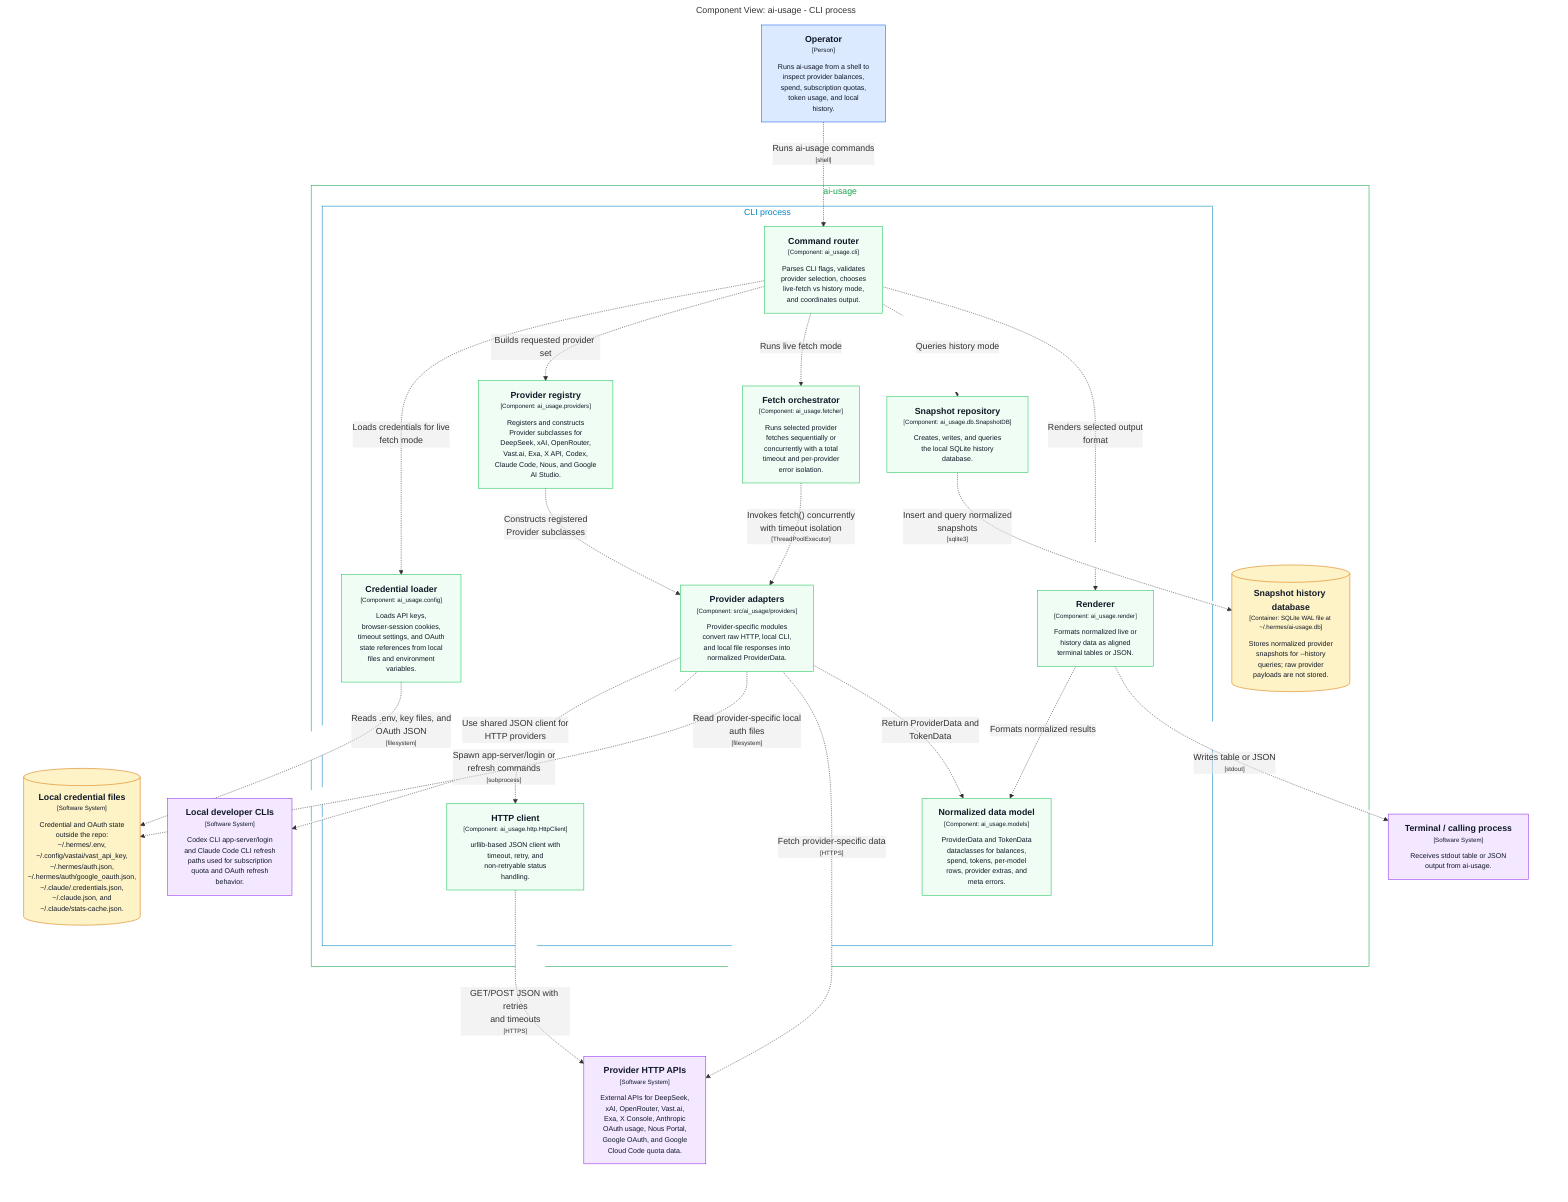
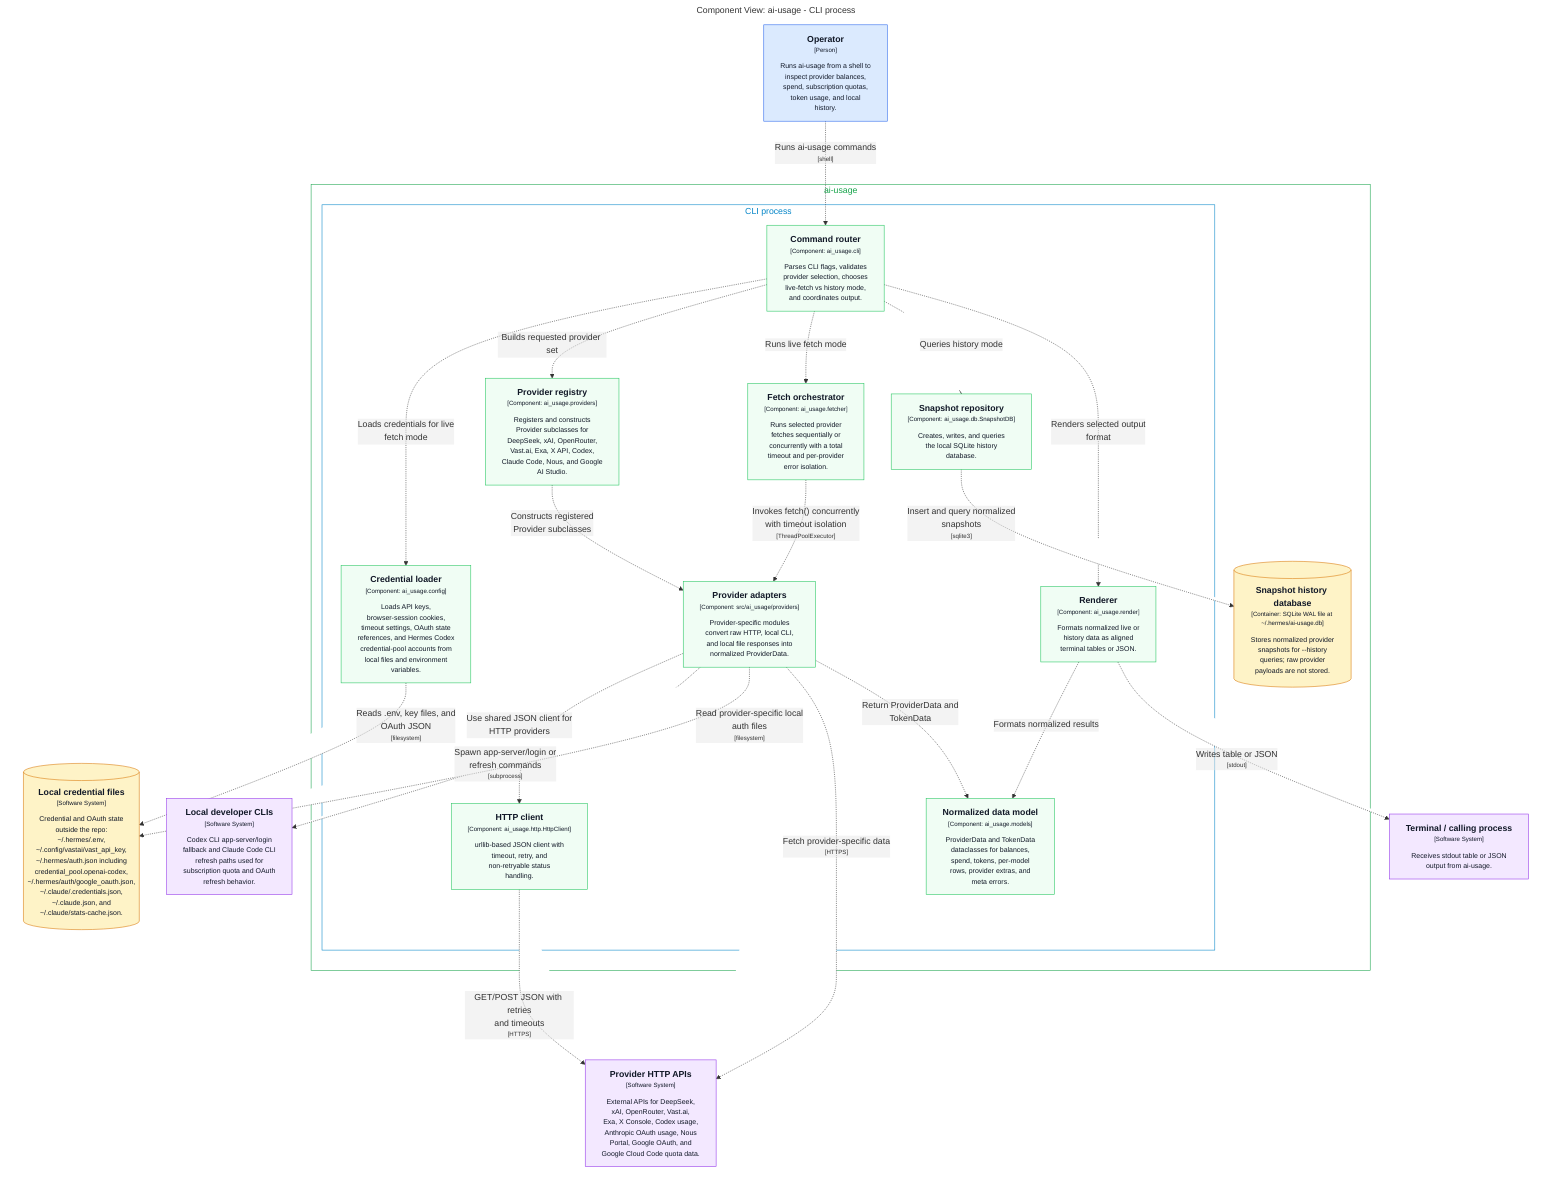
graph LR
  linkStyle default fill:#ffffff

  subgraph diagram ["Component View: ai-usage - CLI process"]
    style diagram fill:#ffffff,stroke:#ffffff

    1["<div style='font-weight: bold'>Operator</div><div style='font-size: 70%; margin-top: 0px'>[Person]</div><div style='font-size: 80%; margin-top:10px'>Runs ai-usage from a shell to<br />inspect provider balances,<br />spend, subscription quotas,<br />token usage, and local<br />history.</div>"]
    style 1 fill:#dbeafe,stroke:#2563eb,color:#111827

-     14[("<div style='font-weight: bold'>Local credential files</div><div style='font-size: 70%; margin-top: 0px'>[Software System]</div><div style='font-size: 80%; margin-top:10px'>Credential and OAuth state<br />outside the repo:<br />~/.hermes/.env,<br />~/.config/vastai/vast_api_key,<br />~/.hermes/auth.json,<br />~/.hermes/auth/google_oauth.json,<br />~/.claude/.credentials.json,<br />~/.claude.json, and<br />~/.claude/stats-cache.json.</div>")]
+     14[("<div style='font-weight: bold'>Local credential files</div><div style='font-size: 70%; margin-top: 0px'>[Software System]</div><div style='font-size: 80%; margin-top:10px'>Credential and OAuth state<br />outside the repo:<br />~/.hermes/.env,<br />~/.config/vastai/vast_api_key,<br />~/.hermes/auth.json including<br />credential_pool.openai-codex,<br />~/.hermes/auth/google_oauth.json,<br />~/.claude/.credentials.json,<br />~/.claude.json, and<br />~/.claude/stats-cache.json.</div>")]
    style 14 fill:#fef3c7,stroke:#d97706,color:#111827
-     15["<div style='font-weight: bold'>Local developer CLIs</div><div style='font-size: 70%; margin-top: 0px'>[Software System]</div><div style='font-size: 80%; margin-top:10px'>Codex CLI app-server/login<br />and Claude Code CLI refresh<br />paths used for subscription<br />quota and OAuth refresh<br />behavior.</div>"]
+     15["<div style='font-weight: bold'>Local developer CLIs</div><div style='font-size: 70%; margin-top: 0px'>[Software System]</div><div style='font-size: 80%; margin-top:10px'>Codex CLI app-server/login<br />fallback and Claude Code CLI<br />refresh paths used for<br />subscription quota and OAuth<br />refresh behavior.</div>"]
    style 15 fill:#f3e8ff,stroke:#9333ea,color:#111827
-     16["<div style='font-weight: bold'>Provider HTTP APIs</div><div style='font-size: 70%; margin-top: 0px'>[Software System]</div><div style='font-size: 80%; margin-top:10px'>External APIs for DeepSeek,<br />xAI, OpenRouter, Vast.ai,<br />Exa, X Console, Anthropic<br />OAuth usage, Nous Portal,<br />Google OAuth, and Google<br />Cloud Code quota data.</div>"]
+     16["<div style='font-weight: bold'>Provider HTTP APIs</div><div style='font-size: 70%; margin-top: 0px'>[Software System]</div><div style='font-size: 80%; margin-top:10px'>External APIs for DeepSeek,<br />xAI, OpenRouter, Vast.ai,<br />Exa, X Console, Codex usage,<br />Anthropic OAuth usage, Nous<br />Portal, Google OAuth, and<br />Google Cloud Code quota data.</div>"]
    style 16 fill:#f3e8ff,stroke:#9333ea,color:#111827
    17["<div style='font-weight: bold'>Terminal / calling process</div><div style='font-size: 70%; margin-top: 0px'>[Software System]</div><div style='font-size: 80%; margin-top:10px'>Receives stdout table or JSON<br />output from ai-usage.</div>"]
    style 17 fill:#f3e8ff,stroke:#9333ea,color:#111827

    subgraph 2 ["ai-usage"]
      style 2 fill:#ffffff,stroke:#16a34a,color:#16a34a

      subgraph 3 ["CLI process"]
        style 3 fill:#ffffff,stroke:#0284c7,color:#0284c7

        10["<div style='font-weight: bold'>Normalized data model</div><div style='font-size: 70%; margin-top: 0px'>[Component: ai_usage.models]</div><div style='font-size: 80%; margin-top:10px'>ProviderData and TokenData<br />dataclasses for balances,<br />spend, tokens, per-model<br />rows, provider extras, and<br />meta errors.</div>"]
        style 10 fill:#f0fdf4,stroke:#22c55e,color:#111827
        11["<div style='font-weight: bold'>Snapshot repository</div><div style='font-size: 70%; margin-top: 0px'>[Component: ai_usage.db.SnapshotDB]</div><div style='font-size: 80%; margin-top:10px'>Creates, writes, and queries<br />the local SQLite history<br />database.</div>"]
        style 11 fill:#f0fdf4,stroke:#22c55e,color:#111827
        12["<div style='font-weight: bold'>Renderer</div><div style='font-size: 70%; margin-top: 0px'>[Component: ai_usage.render]</div><div style='font-size: 80%; margin-top:10px'>Formats normalized live or<br />history data as aligned<br />terminal tables or JSON.</div>"]
        style 12 fill:#f0fdf4,stroke:#22c55e,color:#111827
        4["<div style='font-weight: bold'>Command router</div><div style='font-size: 70%; margin-top: 0px'>[Component: ai_usage.cli]</div><div style='font-size: 80%; margin-top:10px'>Parses CLI flags, validates<br />provider selection, chooses<br />live-fetch vs history mode,<br />and coordinates output.</div>"]
        style 4 fill:#f0fdf4,stroke:#22c55e,color:#111827
-         5["<div style='font-weight: bold'>Credential loader</div><div style='font-size: 70%; margin-top: 0px'>[Component: ai_usage.config]</div><div style='font-size: 80%; margin-top:10px'>Loads API keys,<br />browser-session cookies,<br />timeout settings, and OAuth<br />state references from local<br />files and environment<br />variables.</div>"]
+         5["<div style='font-weight: bold'>Credential loader</div><div style='font-size: 70%; margin-top: 0px'>[Component: ai_usage.config]</div><div style='font-size: 80%; margin-top:10px'>Loads API keys,<br />browser-session cookies,<br />timeout settings, OAuth state<br />references, and Hermes Codex<br />credential-pool accounts from<br />local files and environment<br />variables.</div>"]
        style 5 fill:#f0fdf4,stroke:#22c55e,color:#111827
        6["<div style='font-weight: bold'>Provider registry</div><div style='font-size: 70%; margin-top: 0px'>[Component: ai_usage.providers]</div><div style='font-size: 80%; margin-top:10px'>Registers and constructs<br />Provider subclasses for<br />DeepSeek, xAI, OpenRouter,<br />Vast.ai, Exa, X API, Codex,<br />Claude Code, Nous, and Google<br />AI Studio.</div>"]
        style 6 fill:#f0fdf4,stroke:#22c55e,color:#111827
        7["<div style='font-weight: bold'>Fetch orchestrator</div><div style='font-size: 70%; margin-top: 0px'>[Component: ai_usage.fetcher]</div><div style='font-size: 80%; margin-top:10px'>Runs selected provider<br />fetches sequentially or<br />concurrently with a total<br />timeout and per-provider<br />error isolation.</div>"]
        style 7 fill:#f0fdf4,stroke:#22c55e,color:#111827
        8["<div style='font-weight: bold'>Provider adapters</div><div style='font-size: 70%; margin-top: 0px'>[Component: src/ai_usage/providers]</div><div style='font-size: 80%; margin-top:10px'>Provider-specific modules<br />convert raw HTTP, local CLI,<br />and local file responses into<br />normalized ProviderData.</div>"]
        style 8 fill:#f0fdf4,stroke:#22c55e,color:#111827
        9["<div style='font-weight: bold'>HTTP client</div><div style='font-size: 70%; margin-top: 0px'>[Component: ai_usage.http.HttpClient]</div><div style='font-size: 80%; margin-top:10px'>urllib-based JSON client with<br />timeout, retry, and<br />non-retryable status<br />handling.</div>"]
        style 9 fill:#f0fdf4,stroke:#22c55e,color:#111827
      end

      13[("<div style='font-weight: bold'>Snapshot history database</div><div style='font-size: 70%; margin-top: 0px'>[Container: SQLite WAL file at ~/.hermes/ai-usage.db]</div><div style='font-size: 80%; margin-top:10px'>Stores normalized provider<br />snapshots for --history<br />queries; raw provider<br />payloads are not stored.</div>")]
      style 13 fill:#fef3c7,stroke:#d97706,color:#111827
    end

    1-. "<div>Runs ai-usage commands</div><div style='font-size: 70%'>[shell]</div>" .->4
    4-. "<div>Loads credentials for live<br />fetch mode</div><div style='font-size: 70%'></div>" .->5
    4-. "<div>Builds requested provider set</div><div style='font-size: 70%'></div>" .->6
    4-. "<div>Runs live fetch mode</div><div style='font-size: 70%'></div>" .->7
    4-. "<div>Queries history mode</div><div style='font-size: 70%'></div>" .->11
    4-. "<div>Renders selected output<br />format</div><div style='font-size: 70%'></div>" .->12
    5-. "<div>Reads .env, key files, and<br />OAuth JSON</div><div style='font-size: 70%'>[filesystem]</div>" .->14
    6-. "<div>Constructs registered<br />Provider subclasses</div><div style='font-size: 70%'></div>" .->8
    7-. "<div>Invokes fetch() concurrently<br />with timeout isolation</div><div style='font-size: 70%'>[ThreadPoolExecutor]</div>" .->8
    8-. "<div>Use shared JSON client for<br />HTTP providers</div><div style='font-size: 70%'></div>" .->9
    8-. "<div>Spawn app-server/login or<br />refresh commands</div><div style='font-size: 70%'>[subprocess]</div>" .->15
    8-. "<div>Read provider-specific local<br />auth files</div><div style='font-size: 70%'>[filesystem]</div>" .->14
    8-. "<div>Fetch provider-specific data</div><div style='font-size: 70%'>[HTTPS]</div>" .->16
    8-. "<div>Return ProviderData and<br />TokenData</div><div style='font-size: 70%'></div>" .->10
    9-. "<div>GET/POST JSON with retries<br />and timeouts</div><div style='font-size: 70%'>[HTTPS]</div>" .->16
    11-. "<div>Insert and query normalized<br />snapshots</div><div style='font-size: 70%'>[sqlite3]</div>" .->13
    12-. "<div>Formats normalized results</div><div style='font-size: 70%'></div>" .->10
    12-. "<div>Writes table or JSON</div><div style='font-size: 70%'>[stdout]</div>" .->17

  end